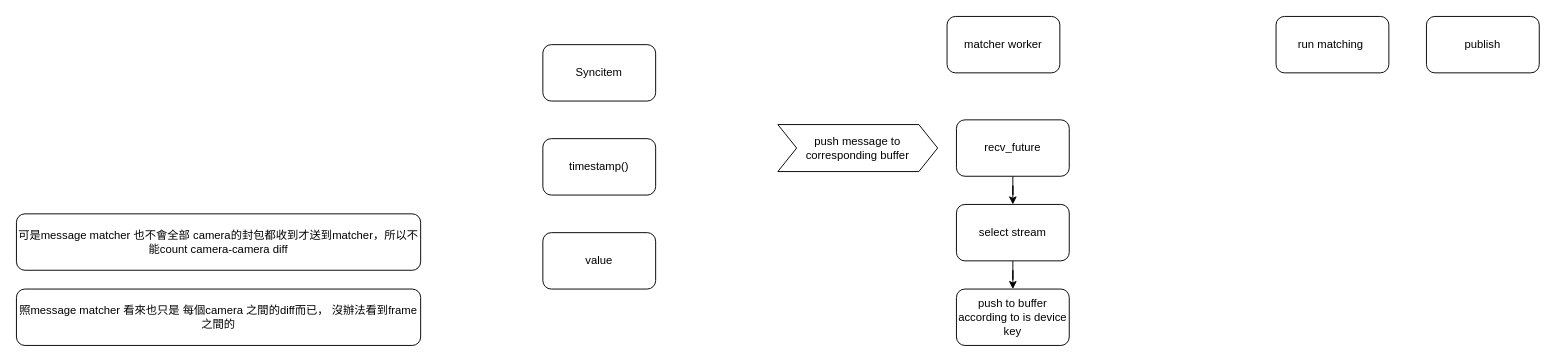
This is message_matcher.drawio from YueChuCheng/Wayside_draw, a draw.io file, before an edit. Source tidied: cells renumbered, new cells numbered last; positions are measured from the earlier drawing's top-left corner, leaving out a move shared by most shapes. Both pictures are drawn from the tidied source at 94%, with x=0, y=0 at pixel (16, 16).
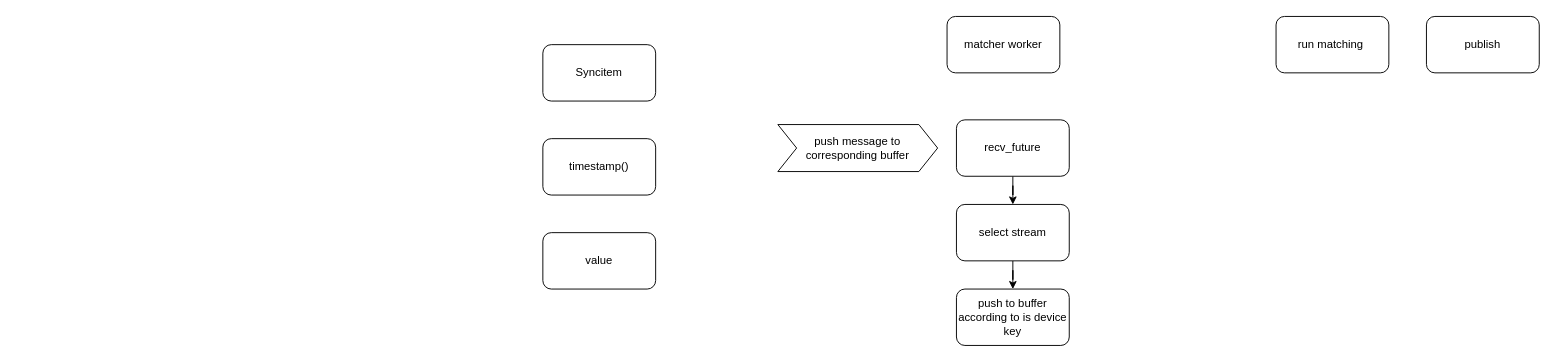
The same diagram, later.

The edit, as a diff of the source:
```diff
@@
 <mxGraphModel>
   <root>
     <mxCell id="0" />
     <mxCell id="1" parent="0" />
     <mxCell id="2" value="matcher worker" style="rounded=1;whiteSpace=wrap;html=1;" parent="1" vertex="1">
       <mxGeometry x="990" width="120" height="60" as="geometry" />
     </mxCell>
     <mxCell id="3" style="edgeStyle=orthogonalEdgeStyle;rounded=0;jettySize=auto;html=1;" parent="1" edge="1" source="4" target="7">
       <mxGeometry relative="1" as="geometry" />
     </mxCell>
     <mxCell id="4" value="recv_future" style="rounded=1;whiteSpace=wrap;html=1;" parent="1" vertex="1">
       <mxGeometry x="1000" y="110" width="120" height="60" as="geometry" />
     </mxCell>
     <mxCell id="5" value="push message to corresponding buffer" style="shape=step;perimeter=stepPerimeter;whiteSpace=wrap;html=1;fixedSize=1;" parent="1" vertex="1">
       <mxGeometry x="810" y="115" width="170" height="50" as="geometry" />
     </mxCell>
     <mxCell id="6" style="edgeStyle=orthogonalEdgeStyle;rounded=0;jettySize=auto;html=1;" parent="1" edge="1" source="7" target="8">
       <mxGeometry relative="1" as="geometry" />
     </mxCell>
     <mxCell id="7" value="select stream" style="whiteSpace=wrap;html=1;rounded=1;" parent="1" vertex="1">
       <mxGeometry x="1000" y="200" width="120" height="60" as="geometry" />
     </mxCell>
     <mxCell id="8" value="push to buffer according to is device key" style="whiteSpace=wrap;html=1;rounded=1;" parent="1" vertex="1">
       <mxGeometry x="1000" y="290" width="120" height="60" as="geometry" />
     </mxCell>
-    <mxCell id="9" value="可是message matcher 也不會全部 camera的封包都收到才送到matcher，所以不能count camera-camera diff" style="rounded=1;whiteSpace=wrap;html=1;" parent="1" vertex="1">
-      <mxGeometry y="210" width="430" height="60" as="geometry" />
-    </mxCell>
-    <mxCell id="10" value="照message matcher 看來也只是 每個camera 之間的diff而已， 沒辦法看到frame之間的" style="rounded=1;whiteSpace=wrap;html=1;" parent="1" vertex="1">
-      <mxGeometry y="290" width="430" height="60" as="geometry" />
-    </mxCell>
     <mxCell id="11" value="run matching&amp;nbsp;" style="rounded=1;whiteSpace=wrap;html=1;" parent="1" vertex="1">
       <mxGeometry x="1340" width="120" height="60" as="geometry" />
     </mxCell>
     <mxCell id="12" value="publish" style="rounded=1;whiteSpace=wrap;html=1;" parent="1" vertex="1">
       <mxGeometry x="1500" width="120" height="60" as="geometry" />
     </mxCell>
     <mxCell id="13" value="Syncitem" style="rounded=1;whiteSpace=wrap;html=1;" parent="1" vertex="1">
       <mxGeometry x="560" y="30" width="120" height="60" as="geometry" />
     </mxCell>
     <mxCell id="14" value="timestamp()" style="rounded=1;whiteSpace=wrap;html=1;" parent="1" vertex="1">
       <mxGeometry x="560" y="130" width="120" height="60" as="geometry" />
     </mxCell>
     <mxCell id="15" value="value" style="rounded=1;whiteSpace=wrap;html=1;" parent="1" vertex="1">
       <mxGeometry x="560" y="230" width="120" height="60" as="geometry" />
     </mxCell>
   </root>
 </mxGraphModel>
```
